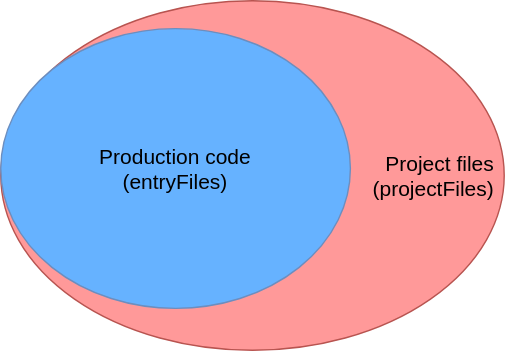
Before: assets/how-it-works.drawio.svg, a diagram exported from draw.io (webpro-nl/knip). Source tidied: cells renumbered, new cells last; positions are measured from the earlier drawing's top-left corner, leaving out a move shared by most shapes.
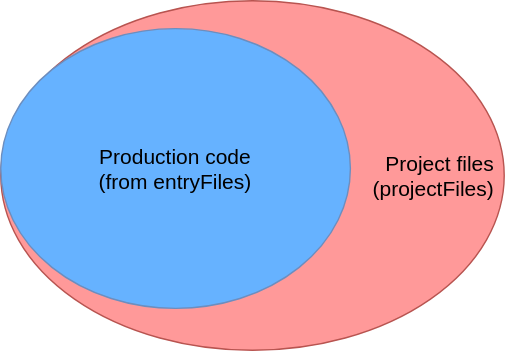
Later version of the same file.

Diff of the diagram source:
```diff
@@ -2,10 +2,10 @@
   <root>
     <mxCell id="0" />
     <mxCell id="1" parent="0" />
-    <mxCell id="2" value="Project files&lt;br style=&quot;font-size: 15px;&quot;&gt;(filePatterns)&lt;br style=&quot;font-size: 15px;&quot;&gt;&lt;div style=&quot;font-size: 15px;&quot;&gt;&lt;/div&gt;" style="ellipse;whiteSpace=wrap;html=1;fillColor=#FF9999;strokeColor=#b85450;align=right;fontSize=15;spacingRight=5;" parent="1" vertex="1">
+    <mxCell id="2" value="Project files&lt;br&gt;(projectFiles)&lt;br style=&quot;font-size: 15px&quot;&gt;&lt;div style=&quot;font-size: 15px&quot;&gt;&lt;/div&gt;" style="ellipse;whiteSpace=wrap;html=1;fillColor=#FF9999;strokeColor=#b85450;align=right;fontSize=15;spacingRight=5;" parent="1" vertex="1">
       <mxGeometry width="360" height="250" as="geometry" />
     </mxCell>
-    <mxCell id="3" value="Production code&lt;br style=&quot;font-size: 15px;&quot;&gt;(entryFiles)" style="ellipse;whiteSpace=wrap;html=1;fillColor=#66B2FF;strokeColor=#6c8ebf;fontSize=15;" parent="1" vertex="1">
+    <mxCell id="3" value="Production code&lt;br style=&quot;font-size: 15px&quot;&gt;(from entryFiles)" style="ellipse;whiteSpace=wrap;html=1;fillColor=#66B2FF;strokeColor=#6c8ebf;fontSize=15;" parent="1" vertex="1">
       <mxGeometry y="20" width="250" height="200" as="geometry" />
     </mxCell>
   </root>
```
